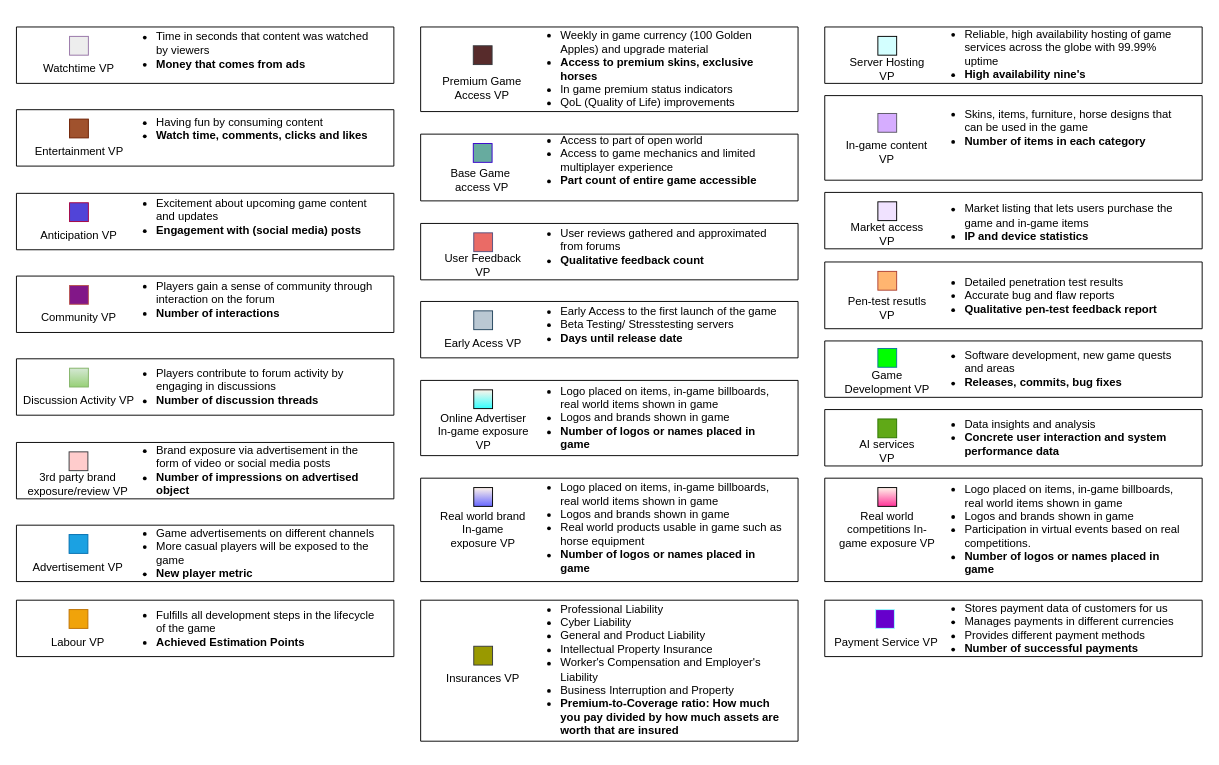
Earlier version of the draw.io diagram page "Descriptions" (2 of 2) of media/IS1_Project_VDML.drawio (tudwiglemmel/Neigh-Corp---Golden-Meadows). Source tidied: cells renumbered, new cells numbered last; positions are measured from the earlier drawing's top-left corner, leaving out a move shared by most shapes. Both pictures are drawn from the tidied source at 94%, with x=0, y=0 at pixel (16, 26).
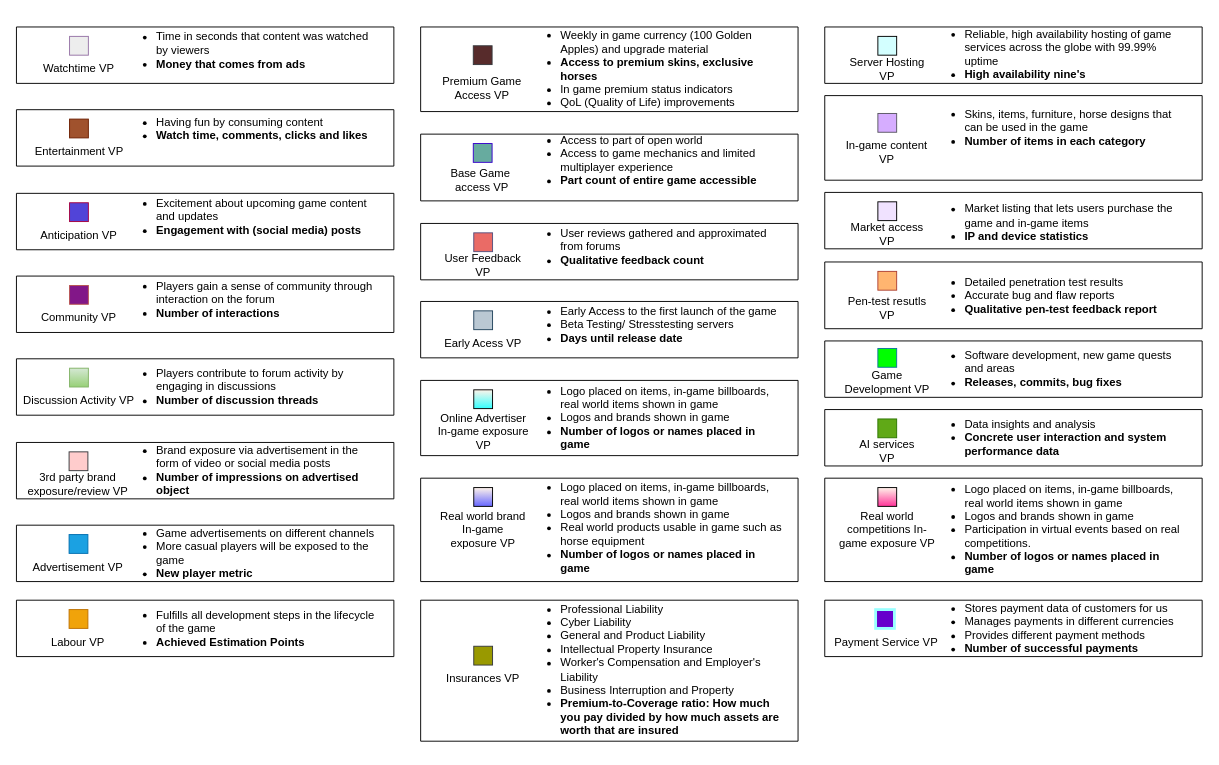
After the change.

The edit, as a diff of the source:
```diff
@@
-    <mxCell id="93" style="whiteSpace=wrap;html=1;fillColor=#6600CC;strokeColor=#99FFFF;align=center;verticalAlign=middle;fontFamily=Helvetica;fontSize=12;fontColor=#ffffff;" parent="1" vertex="1">
+    <mxCell id="93" style="whiteSpace=wrap;html=1;fillColor=#6600CC;strokeColor=#99FFFF;align=center;verticalAlign=middle;fontFamily=Helvetica;fontSize=12;fontColor=#ffffff;strokeWidth=3;" parent="1" vertex="1">
       <mxGeometry x="914" y="620" width="20" height="20" as="geometry" />
     </mxCell>
```
